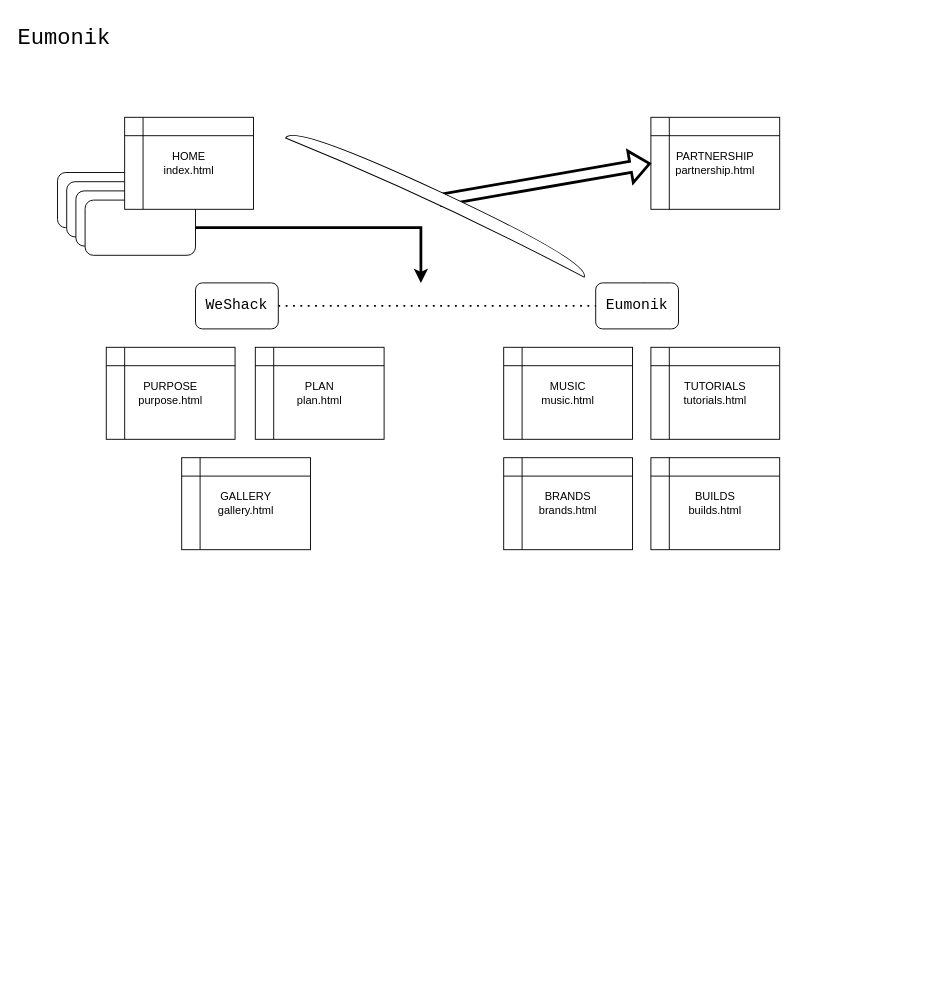
The draw.io diagram cmst386/Untitled Diagram.drawio in Eumonik/hello-world, before the edit. Source tidied: cells renumbered, new cells numbered last; positions are measured from the earlier drawing's top-left corner, leaving out a move shared by most shapes. Both pictures are drawn from the tidied source at 92%, with x=0, y=0 at pixel (16, 16).
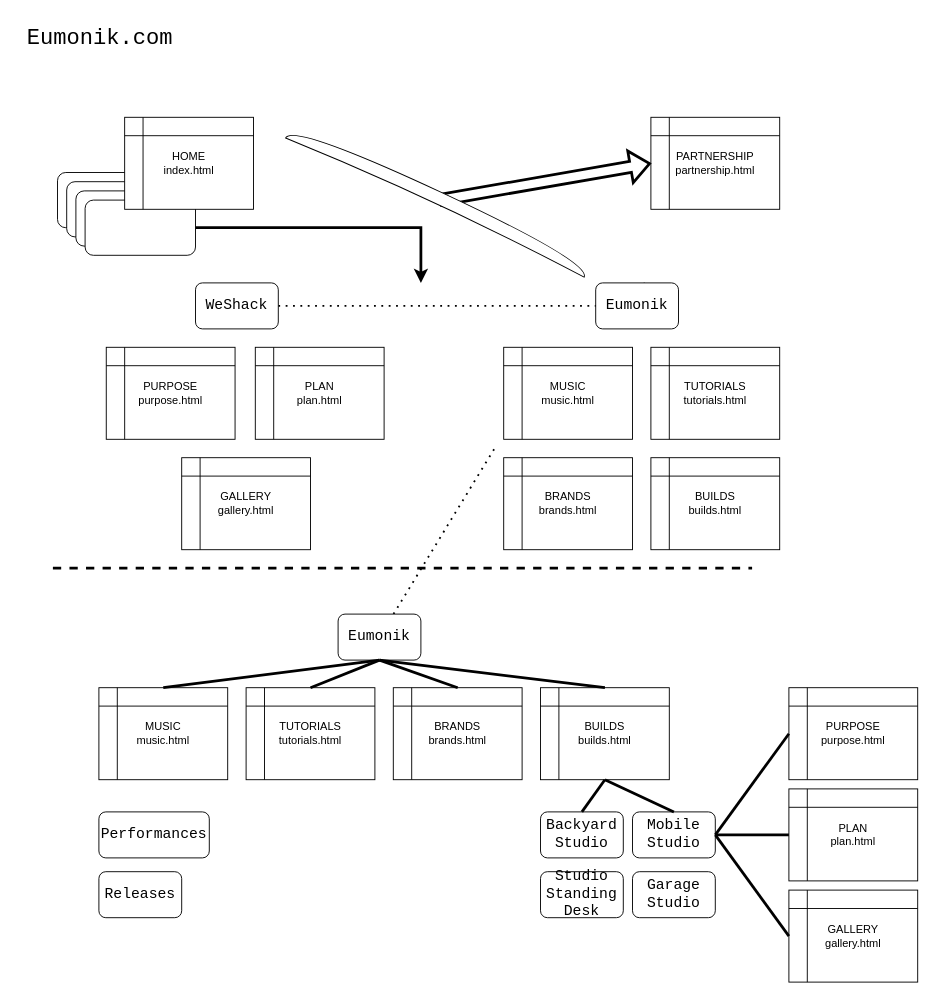
After the change.

What changed in the source:
```diff
@@
-    <mxCell id="3" value="&lt;font style=&quot;font-size: 24px&quot; face=&quot;Courier New&quot;&gt;Eumonik&lt;/font&gt;" style="text;html=1;strokeColor=none;fillColor=none;align=left;verticalAlign=middle;whiteSpace=wrap;rounded=0;" parent="1" vertex="1">
-      <mxGeometry width="140" height="50" as="geometry" />
+    <mxCell id="3" value="&lt;font style=&quot;font-size: 24px&quot; face=&quot;Courier New&quot;&gt;Eumonik.com&lt;/font&gt;" style="text;html=1;strokeColor=none;fillColor=none;align=left;verticalAlign=middle;whiteSpace=wrap;rounded=0;" parent="1" vertex="1">
+      <mxGeometry x="10" width="170" height="50" as="geometry" />
     </mxCell>
@@
+    <mxCell id="23" value="MUSIC&lt;br&gt;music.html" style="shape=internalStorage;whiteSpace=wrap;html=1;backgroundOutline=1;" parent="1" vertex="1">
+      <mxGeometry x="90" y="730" width="140" height="100" as="geometry" />
+    </mxCell>
+    <mxCell id="24" value="TUTORIALS&lt;br&gt;tutorials.html" style="shape=internalStorage;whiteSpace=wrap;html=1;backgroundOutline=1;" parent="1" vertex="1">
+      <mxGeometry x="250" y="730" width="140" height="100" as="geometry" />
+    </mxCell>
+    <mxCell id="25" style="endArrow=none;dashed=1;html=1;dashPattern=1 3;strokeWidth=2;rounded=0;fontFamily=Courier New;fontSize=24;startArrow=none;" parent="1" edge="1" source="28">
+      <mxGeometry relative="1" as="geometry">
+        <mxPoint x="520" y="470" as="targetPoint" />
+      </mxGeometry>
+    </mxCell>
+    <mxCell id="26" value="BRANDS&lt;br&gt;brands.html" style="shape=internalStorage;whiteSpace=wrap;html=1;backgroundOutline=1;" parent="1" vertex="1">
+      <mxGeometry x="410" y="730" width="140" height="100" as="geometry" />
+    </mxCell>
+    <mxCell id="27" value="BUILDS&lt;br&gt;builds.html" style="shape=internalStorage;whiteSpace=wrap;html=1;backgroundOutline=1;" parent="1" vertex="1">
+      <mxGeometry x="570" y="730" width="140" height="100" as="geometry" />
+    </mxCell>
+    <mxCell id="28" value="&lt;font style=&quot;font-size: 16px&quot;&gt;Eumonik&lt;/font&gt;" style="rounded=1;whiteSpace=wrap;html=1;fontFamily=Courier New;fontSize=12;" parent="1" vertex="1">
+      <mxGeometry x="350" y="650" width="90" height="50" as="geometry" />
+    </mxCell>
+    <mxCell id="29" style="endArrow=none;dashed=1;html=1;rounded=0;fontFamily=Courier New;fontSize=16;strokeWidth=3;" parent="1" edge="1">
+      <mxGeometry relative="1" as="geometry">
+        <mxPoint x="40" y="600" as="sourcePoint" />
+        <mxPoint x="800" y="600" as="targetPoint" />
+      </mxGeometry>
+    </mxCell>
+    <mxCell id="30" value="PLAN&lt;br&gt;plan.html" style="shape=internalStorage;whiteSpace=wrap;html=1;backgroundOutline=1;" parent="1" vertex="1">
+      <mxGeometry x="840" y="840" width="140" height="100" as="geometry" />
+    </mxCell>
+    <mxCell id="31" value="PURPOSE&lt;br&gt;purpose.html" style="shape=internalStorage;whiteSpace=wrap;html=1;backgroundOutline=1;" parent="1" vertex="1">
+      <mxGeometry x="840" y="730" width="140" height="100" as="geometry" />
+    </mxCell>
+    <mxCell id="32" value="GALLERY&lt;br&gt;gallery.html" style="shape=internalStorage;whiteSpace=wrap;html=1;backgroundOutline=1;" parent="1" vertex="1">
+      <mxGeometry x="840" y="950" width="140" height="100" as="geometry" />
+    </mxCell>
+    <mxCell id="33" value="&lt;font style=&quot;font-size: 16px&quot;&gt;Mobile Studio&lt;/font&gt;" style="rounded=1;whiteSpace=wrap;html=1;fontFamily=Courier New;fontSize=12;" parent="1" vertex="1">
+      <mxGeometry x="670" y="865" width="90" height="50" as="geometry" />
+    </mxCell>
+    <mxCell id="34" style="endArrow=none;html=1;rounded=0;fontFamily=Courier New;fontSize=16;strokeWidth=3;exitX=1;exitY=0.5;exitDx=0;exitDy=0;entryX=0;entryY=0.5;entryDx=0;entryDy=0;" parent="1" edge="1" source="33" target="31">
+      <mxGeometry relative="1" as="geometry" />
+    </mxCell>
+    <mxCell id="35" style="endArrow=none;html=1;rounded=0;fontFamily=Courier New;fontSize=16;strokeWidth=3;entryX=1;entryY=0.5;entryDx=0;entryDy=0;exitX=0;exitY=0.5;exitDx=0;exitDy=0;" parent="1" edge="1" source="30" target="33">
+      <mxGeometry relative="1" as="geometry" />
+    </mxCell>
+    <mxCell id="36" style="endArrow=none;html=1;rounded=0;fontFamily=Courier New;fontSize=16;strokeWidth=3;exitX=1;exitY=0.5;exitDx=0;exitDy=0;entryX=0;entryY=0.5;entryDx=0;entryDy=0;" parent="1" edge="1" source="33" target="32">
+      <mxGeometry relative="1" as="geometry" />
+    </mxCell>
+    <mxCell id="37" style="endArrow=none;html=1;rounded=0;fontFamily=Courier New;fontSize=16;strokeWidth=3;exitX=0.5;exitY=0;exitDx=0;exitDy=0;entryX=0.5;entryY=1;entryDx=0;entryDy=0;" parent="1" edge="1" source="33" target="27">
+      <mxGeometry relative="1" as="geometry" />
+    </mxCell>
+    <mxCell id="38" style="endArrow=none;html=1;rounded=0;fontFamily=Courier New;fontSize=16;strokeWidth=3;entryX=0.5;entryY=1;entryDx=0;entryDy=0;exitX=0.5;exitY=0;exitDx=0;exitDy=0;" parent="1" edge="1" source="24" target="28">
+      <mxGeometry relative="1" as="geometry" />
+    </mxCell>
+    <mxCell id="39" style="endArrow=none;html=1;rounded=0;fontFamily=Courier New;fontSize=16;strokeWidth=3;exitX=0.5;exitY=1;exitDx=0;exitDy=0;entryX=0.5;entryY=0;entryDx=0;entryDy=0;" parent="1" edge="1" source="28" target="26">
+      <mxGeometry relative="1" as="geometry" />
+    </mxCell>
+    <mxCell id="40" style="endArrow=none;html=1;rounded=0;fontFamily=Courier New;fontSize=16;strokeWidth=3;exitX=0.5;exitY=1;exitDx=0;exitDy=0;entryX=0.5;entryY=0;entryDx=0;entryDy=0;" parent="1" edge="1" source="28" target="27">
+      <mxGeometry relative="1" as="geometry" />
+    </mxCell>
+    <mxCell id="41" style="endArrow=none;html=1;rounded=0;fontFamily=Courier New;fontSize=16;strokeWidth=3;exitX=0.5;exitY=1;exitDx=0;exitDy=0;entryX=0.5;entryY=0;entryDx=0;entryDy=0;" parent="1" edge="1" source="28" target="23">
+      <mxGeometry relative="1" as="geometry" />
+    </mxCell>
+    <mxCell id="42" value="&lt;font style=&quot;font-size: 16px&quot;&gt;Backyard&lt;br&gt;Studio&lt;br&gt;&lt;/font&gt;" style="rounded=1;whiteSpace=wrap;html=1;fontFamily=Courier New;fontSize=12;" parent="1" vertex="1">
+      <mxGeometry x="570" y="865" width="90" height="50" as="geometry" />
+    </mxCell>
+    <mxCell id="43" style="endArrow=none;html=1;rounded=0;fontFamily=Courier New;fontSize=16;strokeWidth=3;exitX=0.5;exitY=0;exitDx=0;exitDy=0;entryX=0.5;entryY=1;entryDx=0;entryDy=0;" parent="1" edge="1" source="42" target="27">
+      <mxGeometry relative="1" as="geometry" />
+    </mxCell>
+    <mxCell id="44" value="&lt;font style=&quot;font-size: 16px&quot;&gt;Studio Standing Desk&lt;br&gt;&lt;/font&gt;" style="rounded=1;whiteSpace=wrap;html=1;fontFamily=Courier New;fontSize=12;" parent="1" vertex="1">
+      <mxGeometry x="570" y="930" width="90" height="50" as="geometry" />
+    </mxCell>
+    <mxCell id="45" value="&lt;font style=&quot;font-size: 16px&quot;&gt;Garage Studio&lt;br&gt;&lt;/font&gt;" style="rounded=1;whiteSpace=wrap;html=1;fontFamily=Courier New;fontSize=12;" parent="1" vertex="1">
+      <mxGeometry x="670" y="930" width="90" height="50" as="geometry" />
+    </mxCell>
+    <mxCell id="46" value="&lt;font style=&quot;font-size: 16px&quot;&gt;Performances&lt;br&gt;&lt;/font&gt;" style="rounded=1;whiteSpace=wrap;html=1;fontFamily=Courier New;fontSize=12;" parent="1" vertex="1">
+      <mxGeometry x="90" y="865" width="120" height="50" as="geometry" />
+    </mxCell>
+    <mxCell id="47" value="&lt;font style=&quot;font-size: 16px&quot;&gt;Releases&lt;br&gt;&lt;/font&gt;" style="rounded=1;whiteSpace=wrap;html=1;fontFamily=Courier New;fontSize=12;" parent="1" vertex="1">
+      <mxGeometry x="90" y="930" width="90" height="50" as="geometry" />
+    </mxCell>
```
